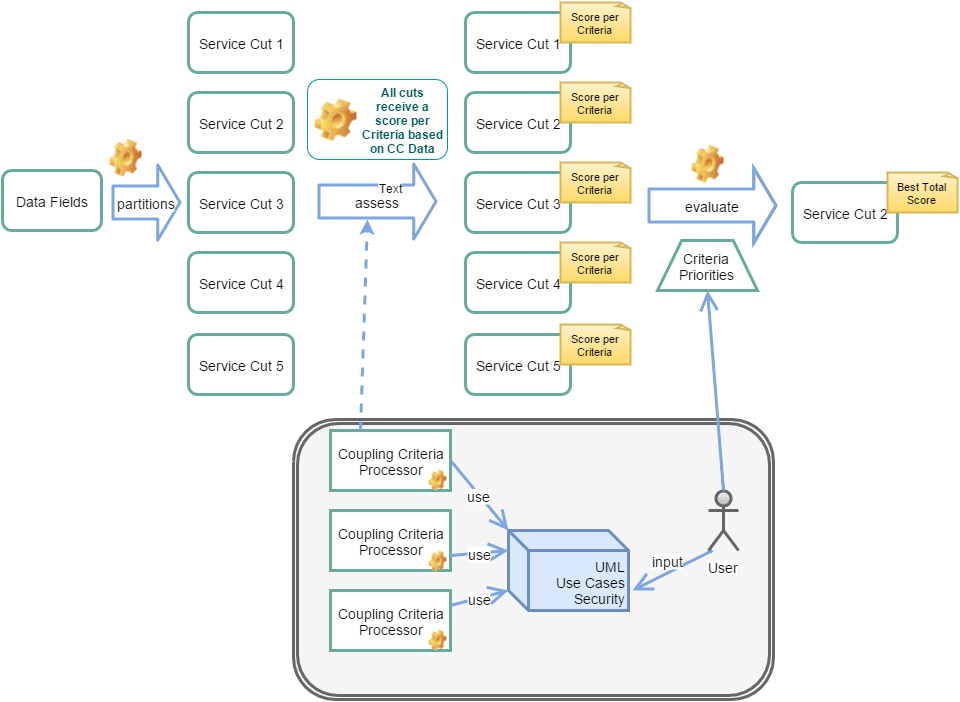
This is diagrams/scoring_process.png from gysel/ServiceCutter-BachelorThesis, a draw.io export, as it was before one commit. Source tidied: cells renumbered, new cells last; positions are measured from the earlier drawing's top-left corner, leaving out a move shared by most shapes. Source of this version:
```xml
<mxGraphModel background="#ffffff">
  <root>
    <mxCell id="0" />
    <mxCell id="1" parent="0" />
    <mxCell id="2" style="shape=ext;double=1;rounded=1;whiteSpace=wrap;html=1;strokeWidth=3;fontSize=11;plain-gray;gradientColor=none;" parent="1" vertex="1">
      <mxGeometry x="291" y="417" width="480" height="280" as="geometry" />
    </mxCell>
    <mxCell id="3" value="use" style="edgeStyle=none;rounded=0;html=1;exitX=1;exitY=0.5;startArrow=none;startFill=0;startSize=10;endArrow=open;endFill=1;endSize=14;strokeColor=#7EA6E0;strokeWidth=3;fontSize=14;entryX=0;entryY=0;entryPerimeter=0;" parent="1" edge="1" source="5" target="4">
      <mxGeometry relative="1" as="geometry" />
    </mxCell>
    <mxCell id="4" value="&lt;div&gt;UML&lt;/div&gt;Use Cases&lt;div&gt;Security&lt;/div&gt;" style="shape=cube;whiteSpace=wrap;html=1;strokeWidth=3;fontSize=14;plain-blue;gradientColor=none;labelPosition=center;verticalLabelPosition=middle;align=right;verticalAlign=bottom;" parent="1" vertex="1">
      <mxGeometry x="506" y="528" width="120" height="80" as="geometry" />
    </mxCell>
    <mxCell id="5" value="Coupling Criteria&lt;br&gt;Processor" style="whiteSpace=wrap;html=1;strokeColor=#67AB9F;strokeWidth=3;fontSize=14;" parent="1" vertex="1">
      <mxGeometry x="328" y="428" width="120" height="60" as="geometry" />
    </mxCell>
    <mxCell id="6" value="&lt;span&gt;Coupling Criteria&lt;br&gt;Processor&lt;/span&gt;" style="whiteSpace=wrap;html=1;strokeColor=#67AB9F;strokeWidth=3;fontSize=14;" parent="1" vertex="1">
      <mxGeometry x="328" y="588" width="120" height="60" as="geometry" />
    </mxCell>
    <mxCell id="7" value="&lt;span&gt;Coupling Criteria&lt;br&gt;Processor&lt;/span&gt;" style="whiteSpace=wrap;html=1;strokeColor=#67AB9F;strokeWidth=3;fontSize=14;" parent="1" vertex="1">
      <mxGeometry x="328" y="508" width="120" height="60" as="geometry" />
    </mxCell>
    <mxCell id="8" value="Data Fields" style="rounded=1;whiteSpace=wrap;html=1;strokeColor=#67AB9F;strokeWidth=3;fontSize=14;" parent="1" vertex="1">
      <mxGeometry y="168" width="99" height="60" as="geometry" />
    </mxCell>
    <mxCell id="9" value="Service Cut 1" style="rounded=1;whiteSpace=wrap;html=1;strokeColor=#67AB9F;strokeWidth=3;fontSize=14;" parent="1" vertex="1">
      <mxGeometry x="463" y="10" width="105" height="60" as="geometry" />
    </mxCell>
    <mxCell id="10" value="Service Cut 2" style="rounded=1;whiteSpace=wrap;html=1;strokeColor=#67AB9F;strokeWidth=3;fontSize=14;" parent="1" vertex="1">
      <mxGeometry x="463" y="90" width="105" height="60" as="geometry" />
    </mxCell>
    <mxCell id="11" value="Service Cut 3" style="rounded=1;whiteSpace=wrap;html=1;strokeColor=#67AB9F;strokeWidth=3;fontSize=14;" parent="1" vertex="1">
      <mxGeometry x="463" y="170" width="105" height="60" as="geometry" />
    </mxCell>
    <mxCell id="12" value="Service Cut 4" style="rounded=1;whiteSpace=wrap;html=1;strokeColor=#67AB9F;strokeWidth=3;fontSize=14;" parent="1" vertex="1">
      <mxGeometry x="463" y="250" width="105" height="60" as="geometry" />
    </mxCell>
    <mxCell id="13" value="assess" style="shape=flexArrow;endArrow=classic;html=1;fillColor=#ffffff;strokeColor=#7EA6E0;strokeWidth=3;fontSize=14;endWidth=39;endSize=6.42;width=31;" parent="1" edge="1">
      <mxGeometry relative="1" as="geometry">
        <mxPoint x="315" y="199" as="sourcePoint" />
        <mxPoint x="435" y="199" as="targetPoint" />
      </mxGeometry>
    </mxCell>
    <mxCell id="14" value="Text" style="text;html=1;align=center;verticalAlign=middle;labelBackgroundColor=#ffffff;fontSize=12;fontColor=#000000;" parent="13" vertex="1">
      <mxGeometry x="0.22" y="15" relative="1" as="geometry" />
    </mxCell>
    <mxCell id="15" value="input" style="edgeStyle=none;rounded=0;html=1;exitX=0;exitY=1;exitPerimeter=0;entryX=1;entryY=0.75;startArrow=none;startFill=0;startSize=10;endArrow=open;endFill=1;endSize=14;strokeColor=#7EA6E0;strokeWidth=3;fontSize=14;" parent="1" edge="1">
      <mxGeometry x="-0.02" y="-11" relative="1" as="geometry">
        <mxPoint x="710" y="548" as="sourcePoint" />
        <mxPoint x="630" y="588" as="targetPoint" />
      </mxGeometry>
    </mxCell>
    <mxCell id="16" value="User" style="shape=umlActor;verticalLabelPosition=bottom;labelBackgroundColor=#ffffff;verticalAlign=top;html=1;strokeWidth=3;fontSize=14;plain-gray;" parent="1" vertex="1">
      <mxGeometry x="706" y="488" width="30" height="60" as="geometry" />
    </mxCell>
    <mxCell id="17" value="Score per Criteria" style="strokeWidth=2;whiteSpace=wrap;html=1;shape=mxgraph.basic.document;fontSize=11;plain-yellow;" parent="1" vertex="1">
      <mxGeometry x="558" width="70" height="40" as="geometry" />
    </mxCell>
    <mxCell id="18" value="&lt;span&gt;Score per Criteria&lt;/span&gt;&lt;br&gt;" style="strokeWidth=2;whiteSpace=wrap;html=1;shape=mxgraph.basic.document;fontSize=11;plain-yellow;" parent="1" vertex="1">
      <mxGeometry x="558" y="80" width="70" height="40" as="geometry" />
    </mxCell>
    <mxCell id="19" value="&lt;span&gt;Score per Criteria&lt;/span&gt;&lt;br&gt;" style="strokeWidth=2;whiteSpace=wrap;html=1;shape=mxgraph.basic.document;fontSize=11;plain-yellow;" parent="1" vertex="1">
      <mxGeometry x="558" y="160" width="70" height="40" as="geometry" />
    </mxCell>
    <mxCell id="20" value="&lt;span&gt;Score per Criteria&lt;/span&gt;&lt;br&gt;" style="strokeWidth=2;whiteSpace=wrap;html=1;shape=mxgraph.basic.document;fontSize=11;plain-yellow;" parent="1" vertex="1">
      <mxGeometry x="558" y="240" width="70" height="40" as="geometry" />
    </mxCell>
    <mxCell id="21" value="evaluate" style="shape=flexArrow;endArrow=classic;html=1;fillColor=#ffffff;strokeColor=#7EA6E0;strokeWidth=3;fontSize=14;endWidth=39;endSize=6.42;width=31;" parent="1" edge="1">
      <mxGeometry x="675" y="213" as="geometry">
        <mxPoint x="645" y="203" as="sourcePoint" />
        <mxPoint x="775" y="203" as="targetPoint" />
        <Array as="points">
          <mxPoint x="705" y="203" />
        </Array>
      </mxGeometry>
    </mxCell>
    <mxCell id="22" value="Service Cut 2" style="rounded=1;whiteSpace=wrap;html=1;strokeColor=#67AB9F;strokeWidth=3;fontSize=14;" parent="1" vertex="1">
      <mxGeometry x="790" y="180" width="105" height="60" as="geometry" />
    </mxCell>
    <mxCell id="23" value="Best Total Score" style="strokeWidth=2;whiteSpace=wrap;html=1;shape=mxgraph.basic.document;fontSize=11;plain-yellow;" parent="1" vertex="1">
      <mxGeometry x="885" y="170" width="70" height="40" as="geometry" />
    </mxCell>
    <mxCell id="24" value="Criteria Priorities" style="strokeWidth=3;whiteSpace=wrap;html=1;shape=mxgraph.basic.trapezoid;fontSize=14;rotation=0;plain-blue;fillColor=#ffffff;flipH=1;flipV=0;strokeColor=#67AB9F;gradientColor=none;" parent="1" vertex="1">
      <mxGeometry x="655" y="238" width="100" height="50" as="geometry" />
    </mxCell>
    <mxCell id="25" value="Service Cut 5" style="rounded=1;whiteSpace=wrap;html=1;strokeColor=#67AB9F;strokeWidth=3;fontSize=14;" parent="1" vertex="1">
      <mxGeometry x="463" y="332" width="105" height="60" as="geometry" />
    </mxCell>
    <mxCell id="26" value="&lt;span&gt;Score per Criteria&lt;/span&gt;&lt;br&gt;" style="strokeWidth=2;whiteSpace=wrap;html=1;shape=mxgraph.basic.document;fontSize=11;plain-yellow;" parent="1" vertex="1">
      <mxGeometry x="558" y="322" width="70" height="40" as="geometry" />
    </mxCell>
    <mxCell id="27" value="partitions" style="shape=flexArrow;endArrow=classic;html=1;fillColor=#ffffff;strokeColor=#7EA6E0;strokeWidth=3;fontSize=14;endWidth=39;endSize=6.42;width=31;" parent="1" edge="1">
      <mxGeometry x="119" y="210" as="geometry">
        <mxPoint x="109" y="200" as="sourcePoint" />
        <mxPoint x="179" y="200" as="targetPoint" />
      </mxGeometry>
    </mxCell>
    <mxCell id="28" value="Service Cut 1" style="rounded=1;whiteSpace=wrap;html=1;strokeColor=#67AB9F;strokeWidth=3;fontSize=14;" parent="1" vertex="1">
      <mxGeometry x="186" y="10" width="105" height="60" as="geometry" />
    </mxCell>
    <mxCell id="29" value="Service Cut 2" style="rounded=1;whiteSpace=wrap;html=1;strokeColor=#67AB9F;strokeWidth=3;fontSize=14;" parent="1" vertex="1">
      <mxGeometry x="186" y="90" width="105" height="60" as="geometry" />
    </mxCell>
    <mxCell id="30" value="Service Cut 3" style="rounded=1;whiteSpace=wrap;html=1;strokeColor=#67AB9F;strokeWidth=3;fontSize=14;" parent="1" vertex="1">
      <mxGeometry x="186" y="170" width="105" height="60" as="geometry" />
    </mxCell>
    <mxCell id="31" value="Service Cut 4" style="rounded=1;whiteSpace=wrap;html=1;strokeColor=#67AB9F;strokeWidth=3;fontSize=14;" parent="1" vertex="1">
      <mxGeometry x="186" y="250" width="105" height="60" as="geometry" />
    </mxCell>
    <mxCell id="32" value="Service Cut 5" style="rounded=1;whiteSpace=wrap;html=1;strokeColor=#67AB9F;strokeWidth=3;fontSize=14;" parent="1" vertex="1">
      <mxGeometry x="186" y="332" width="105" height="60" as="geometry" />
    </mxCell>
    <mxCell id="33" style="endArrow=classic;html=1;strokeColor=#7EA6E0;strokeWidth=3;fontSize=11;dashed=1;exitX=0.25;exitY=0;" parent="1" edge="1" source="5">
      <mxGeometry relative="1" as="geometry">
        <mxPoint x="365" y="217" as="targetPoint" />
      </mxGeometry>
    </mxCell>
    <mxCell id="34" style="shape=image;html=1;verticalLabelPosition=bottom;labelBackgroundColor=#ffffff;verticalAlign=top;imageAspect=1;image=img/clipart/Gear_128x128.png;strokeColor=#009999;fillColor=#FFFFFF;gradientColor=none;fontSize=12;fontColor=#005C5C;align=center;" parent="1" vertex="1">
      <mxGeometry x="107" y="136" width="32" height="38" as="geometry" />
    </mxCell>
    <mxCell id="35" style="shape=image;html=1;verticalLabelPosition=bottom;labelBackgroundColor=#ffffff;verticalAlign=top;imageAspect=1;image=img/clipart/Gear_128x128.png;strokeColor=#009999;fillColor=#FFFFFF;gradientColor=none;fontSize=12;fontColor=#005C5C;align=center;" parent="1" vertex="1">
      <mxGeometry x="689" y="142" width="32" height="38" as="geometry" />
    </mxCell>
    <mxCell id="36" style="edgeStyle=none;rounded=0;html=1;exitX=0.5;exitY=0;exitPerimeter=0;startArrow=none;startFill=0;startSize=10;endArrow=open;endFill=1;endSize=14;strokeColor=#7EA6E0;strokeWidth=3;fontSize=14;entryX=0.5;entryY=1;entryPerimeter=0;" parent="1" edge="1" source="16" target="24">
      <mxGeometry x="487" y="532" as="geometry" />
    </mxCell>
    <mxCell id="37" value="All cuts receive a score per Criteria based on CC Data" style="label;whiteSpace=wrap;html=1;image=img/clipart/Gear_128x128.png;strokeColor=#009999;fillColor=#FFFFFF;gradientColor=none;fontSize=12;fontColor=#005C5C;align=center;" parent="1" vertex="1">
      <mxGeometry x="305" y="77" width="140" height="80" as="geometry" />
    </mxCell>
    <mxCell id="38" value="use" style="edgeStyle=none;rounded=0;html=1;startArrow=none;startFill=0;startSize=10;endArrow=open;endFill=1;endSize=14;strokeColor=#7EA6E0;strokeWidth=3;fontSize=14;entryX=0;entryY=0.75;exitX=1;exitY=0.25;" parent="1" edge="1" source="6" target="4">
      <mxGeometry x="496" y="623" as="geometry" />
    </mxCell>
    <mxCell id="39" value="use" style="edgeStyle=none;rounded=0;html=1;exitX=1;exitY=0.75;startArrow=none;startFill=0;startSize=10;endArrow=open;endFill=1;endSize=14;strokeColor=#7EA6E0;strokeWidth=3;fontSize=14;entryX=0;entryY=0.25;" parent="1" edge="1" source="7" target="4">
      <mxGeometry x="458" y="538" as="geometry" />
    </mxCell>
    <mxCell id="40" style="shape=image;html=1;verticalLabelPosition=bottom;labelBackgroundColor=#ffffff;verticalAlign=top;imageAspect=1;image=img/clipart/Gear_128x128.png;strokeColor=#009999;fillColor=#FFFFFF;gradientColor=none;fontSize=12;fontColor=#005C5C;align=center;" parent="1" vertex="1">
      <mxGeometry x="426" y="467" width="18" height="21" as="geometry" />
    </mxCell>
    <mxCell id="41" style="shape=image;html=1;verticalLabelPosition=bottom;labelBackgroundColor=#ffffff;verticalAlign=top;imageAspect=1;image=img/clipart/Gear_128x128.png;strokeColor=#009999;fillColor=#FFFFFF;gradientColor=none;fontSize=12;fontColor=#005C5C;align=center;" parent="1" vertex="1">
      <mxGeometry x="426" y="548" width="18" height="21" as="geometry" />
    </mxCell>
    <mxCell id="42" style="shape=image;html=1;verticalLabelPosition=bottom;labelBackgroundColor=#ffffff;verticalAlign=top;imageAspect=1;image=img/clipart/Gear_128x128.png;strokeColor=#009999;fillColor=#FFFFFF;gradientColor=none;fontSize=12;fontColor=#005C5C;align=center;" parent="1" vertex="1">
      <mxGeometry x="426" y="627" width="18" height="21" as="geometry" />
    </mxCell>
  </root>
</mxGraphModel>
```
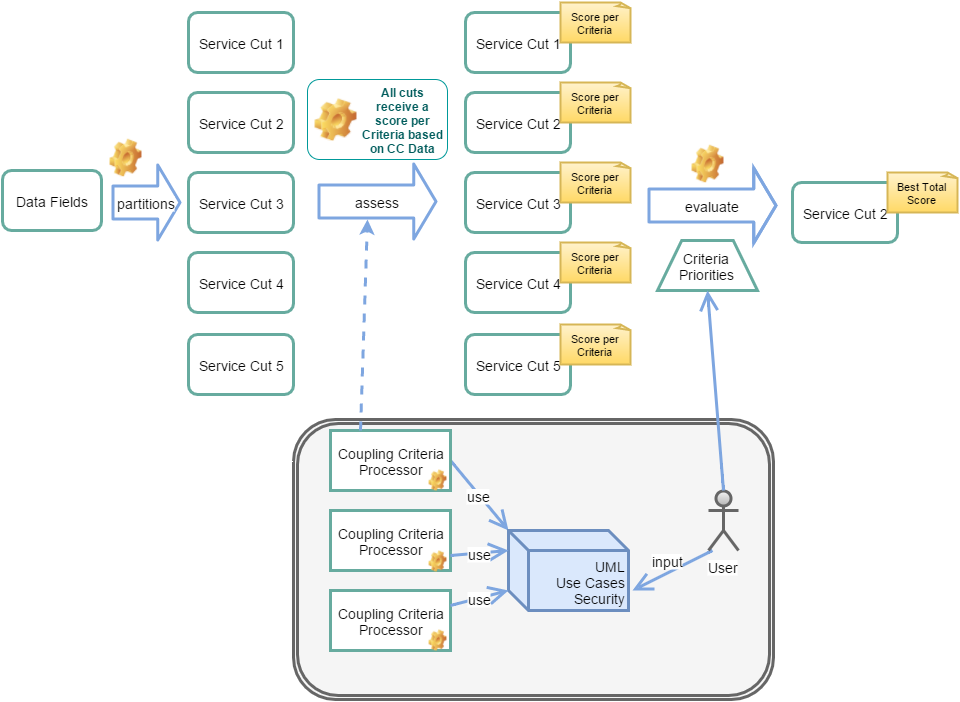
Above is the later version.

Diff of the diagram source:
```diff
@@ -41,9 +41,6 @@
         <mxPoint x="435" y="199" as="targetPoint" />
       </mxGeometry>
     </mxCell>
-    <mxCell id="14" value="Text" style="text;html=1;align=center;verticalAlign=middle;labelBackgroundColor=#ffffff;fontSize=12;fontColor=#000000;" parent="13" vertex="1">
-      <mxGeometry x="0.22" y="15" relative="1" as="geometry" />
-    </mxCell>
     <mxCell id="15" value="input" style="edgeStyle=none;rounded=0;html=1;exitX=0;exitY=1;exitPerimeter=0;entryX=1;entryY=0.75;startArrow=none;startFill=0;startSize=10;endArrow=open;endFill=1;endSize=14;strokeColor=#7EA6E0;strokeWidth=3;fontSize=14;" parent="1" edge="1">
       <mxGeometry x="-0.02" y="-11" relative="1" as="geometry">
         <mxPoint x="710" y="548" as="sourcePoint" />
```
